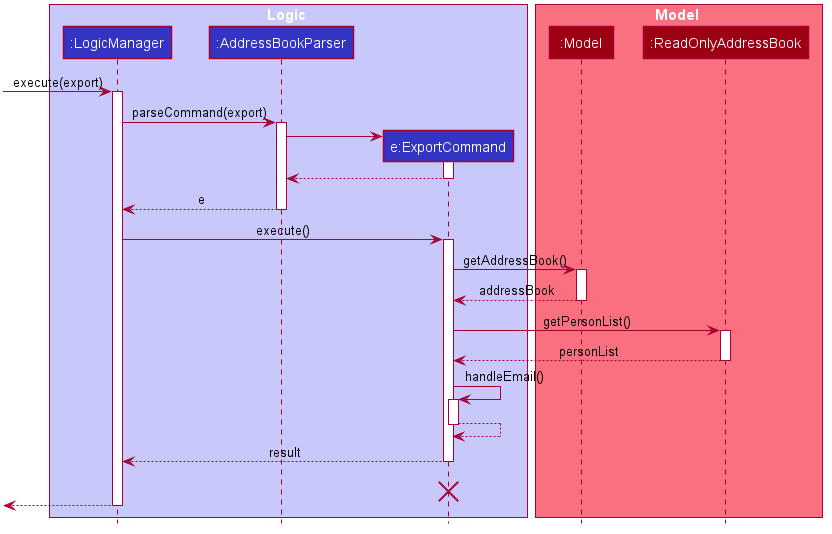
Above: docs/images/ExportSequenceDiagram.png in yanchenglee98/tp (PlantUML), before the change. Source of this version:
```plantuml
@startuml








skinparam BackgroundColor #FFFFFFF

skinparam Shadowing false

skinparam Class {
    FontColor #FFFFFF
    BorderThickness 1
    BorderColor #FFFFFF
    StereotypeFontColor #FFFFFF
    FontName Arial
}

skinparam Actor {
    BorderColor #000000
    Color #000000
    FontName Arial
}

skinparam Sequence {
    MessageAlign center
    BoxFontSize 15
    BoxPadding 0
    BoxFontColor #FFFFFF
    FontName Arial
}

skinparam Participant {
    FontColor #FFFFFFF
    Padding 20
}

skinparam MinClassWidth 50
skinparam ParticipantPadding 10
skinparam Shadowing false
skinparam DefaultTextAlignment center
skinparam packageStyle Rectangle

hide footbox
hide members
hide circle

box Logic #C8C8FA
participant ":LogicManager" as LogicManager #3333C4
participant ":AddressBookParser" as AddressBookParser #3333C4
participant "e:ExportCommand" as ExportCommand #3333C4
end box

box Model #F97181
participant ":Model" as Model #9D0012
participant ":ReadOnlyAddressBook" as ReadOnlyAddressBook #9D0012
end box
[-> LogicManager : execute(export)
activate LogicManager

LogicManager -> AddressBookParser : parseCommand(export)
activate AddressBookParser

create ExportCommand
AddressBookParser -> ExportCommand
activate ExportCommand

ExportCommand --> AddressBookParser
deactivate ExportCommand

AddressBookParser --> LogicManager : e
deactivate AddressBookParser

LogicManager -> ExportCommand : execute()
activate ExportCommand

ExportCommand -> Model : getAddressBook()
activate Model

Model --> ExportCommand : addressBook
deactivate Model

ExportCommand -> ReadOnlyAddressBook: getPersonList()
activate ReadOnlyAddressBook

ReadOnlyAddressBook --> ExportCommand: personList
deactivate ReadOnlyAddressBook

ExportCommand -> ExportCommand: handleEmail()
activate ExportCommand

ExportCommand --> ExportCommand
deactivate ExportCommand

ExportCommand --> LogicManager : result
deactivate ExportCommand

ExportCommand -[hidden]-> LogicManager : result
destroy ExportCommand

[<--LogicManager
deactivate LogicManager
@enduml
```
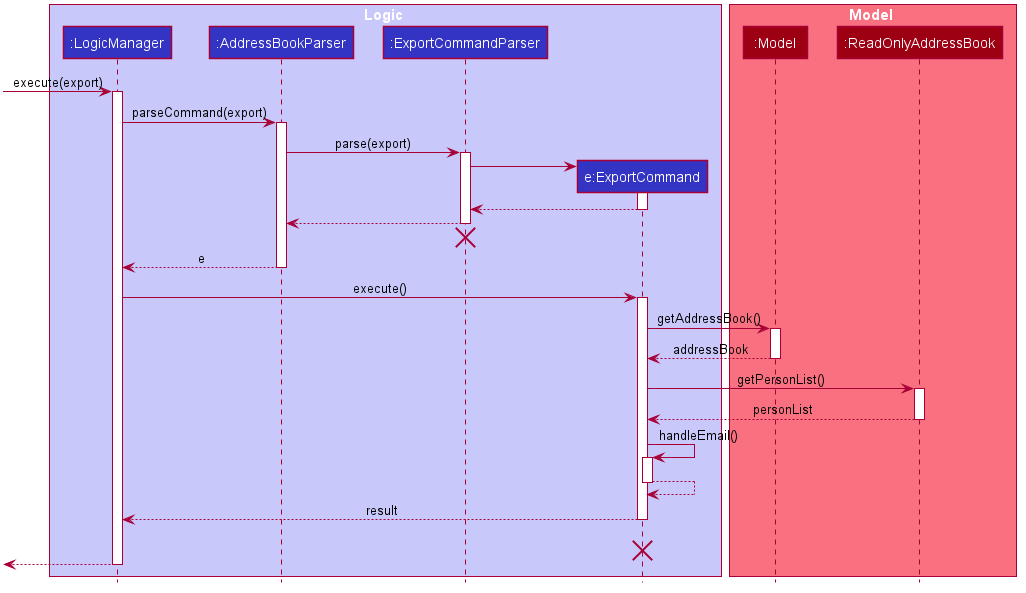
Later version of the same file.

The edit, as a diff of the source:
```diff
@@ -51,6 +51,7 @@
 box Logic #C8C8FA
 participant ":LogicManager" as LogicManager #3333C4
 participant ":AddressBookParser" as AddressBookParser #3333C4
+participant ":ExportCommandParser" as ExportCommandParser #3333C4
 participant "e:ExportCommand" as ExportCommand #3333C4
 end box
 
@@ -64,12 +65,21 @@
 LogicManager -> AddressBookParser : parseCommand(export)
 activate AddressBookParser
 
+AddressBookParser -> ExportCommandParser : parse(export)
+activate ExportCommandParser
+
 create ExportCommand
-AddressBookParser -> ExportCommand
+ExportCommandParser -> ExportCommand
 activate ExportCommand
 
-ExportCommand --> AddressBookParser
+ExportCommand --> ExportCommandParser
 deactivate ExportCommand
+
+ExportCommandParser --> AddressBookParser
+deactivate ExportCommandParser
+
+ExportCommandParser -[hidden]-> AddressBookParser
+destroy ExportCommandParser
 
 AddressBookParser --> LogicManager : e
 deactivate AddressBookParser
```
